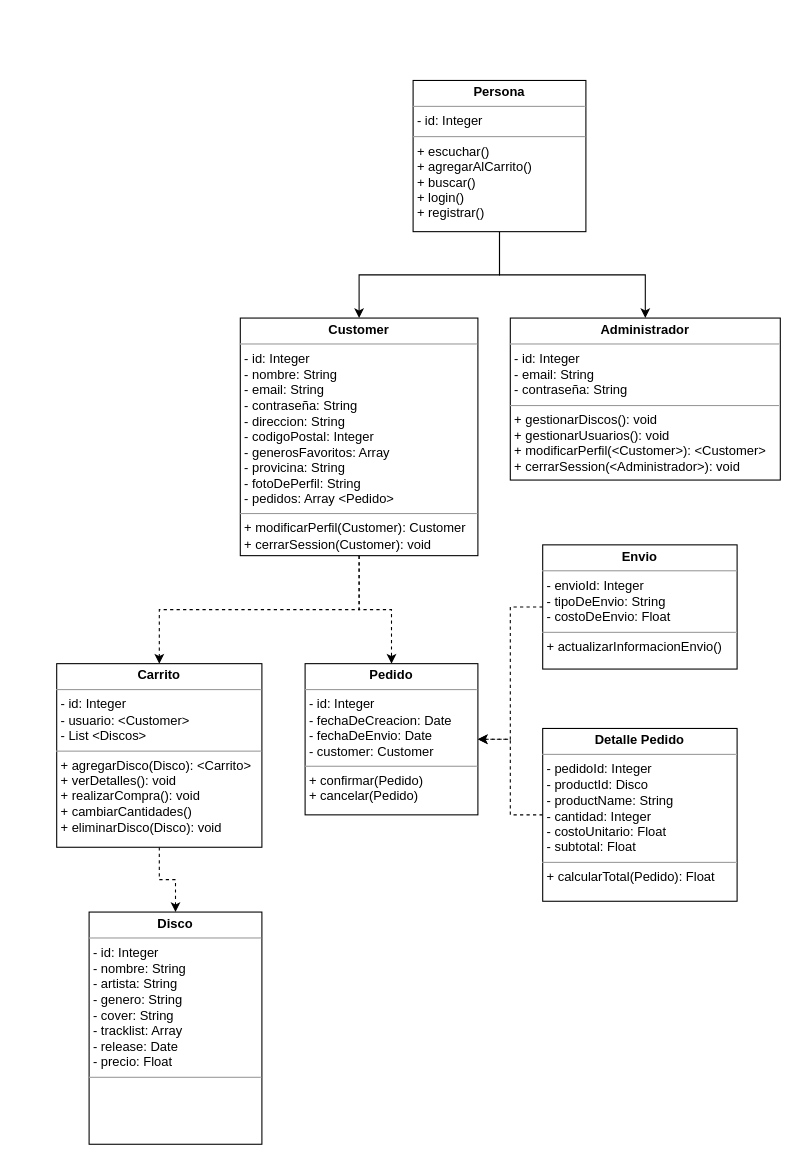
Before: Class UML.drawio in sebastinez/grupo6-e-commerce, a draw.io diagram. Source tidied: cells renumbered, new cells numbered last; positions are measured from the earlier drawing's top-left corner, leaving out a move shared by most shapes. Both pictures are drawn from the tidied source at 108%, with x=0, y=0 at pixel (56, 80).
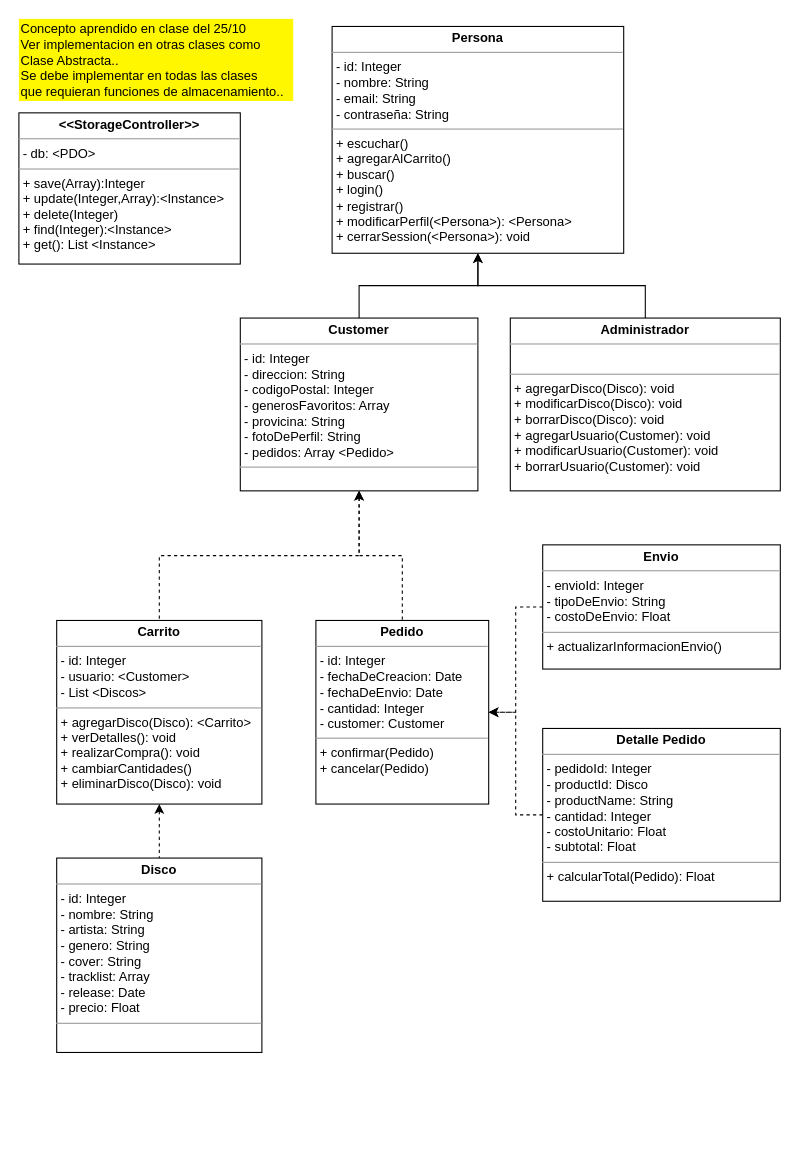
Above is the later version.

Commit message:
(doc) Agrega concepto de clase abstracta de control de storage

Vimos el concepto en la clase del 25 de octubre.. Ver la implementacion..

Diff of the diagram source:
```diff
@@
 <mxGraphModel>
   <root>
     <mxCell id="0" />
     <mxCell id="1" parent="0" />
-    <mxCell id="2" style="edgeStyle=orthogonalEdgeStyle;rounded=0;jettySize=auto;html=1;exitX=0.5;exitY=1;exitDx=0;exitDy=0;entryX=0.5;entryY=0;entryDx=0;entryDy=0;" parent="1" edge="1" source="4" target="7">
+    <mxCell id="2" style="edgeStyle=orthogonalEdgeStyle;rounded=0;jettySize=auto;html=1;exitX=0.5;exitY=1;exitDx=0;exitDy=0;entryX=0.5;entryY=0;entryDx=0;entryDy=0;startArrow=classic;startFill=1;endArrow=none;endFill=0;" parent="1" edge="1" source="4" target="7">
       <mxGeometry relative="1" as="geometry" />
     </mxCell>
-    <mxCell id="3" style="edgeStyle=orthogonalEdgeStyle;rounded=0;jettySize=auto;html=1;exitX=0.5;exitY=1;exitDx=0;exitDy=0;entryX=0.5;entryY=0;entryDx=0;entryDy=0;" parent="1" edge="1" source="4" target="8">
+    <mxCell id="3" style="edgeStyle=orthogonalEdgeStyle;rounded=0;jettySize=auto;html=1;exitX=0.5;exitY=1;exitDx=0;exitDy=0;entryX=0.5;entryY=0;entryDx=0;entryDy=0;startArrow=classic;startFill=1;endArrow=none;endFill=0;" parent="1" edge="1" source="4" target="8">
       <mxGeometry relative="1" as="geometry" />
     </mxCell>
-    <mxCell id="4" value="&lt;p style=&quot;margin: 0px ; margin-top: 4px ; text-align: center&quot;&gt;&lt;b&gt;Persona&lt;/b&gt;&lt;/p&gt;&lt;hr size=&quot;1&quot;&gt;&lt;p style=&quot;margin: 0px ; margin-left: 4px&quot;&gt;- id: Integer&lt;/p&gt;&lt;hr size=&quot;1&quot;&gt;&lt;p style=&quot;margin: 0px ; margin-left: 4px&quot;&gt;+ escuchar()&lt;/p&gt;&lt;p style=&quot;margin: 0px ; margin-left: 4px&quot;&gt;+ agregarAlCarrito()&lt;br&gt;&lt;/p&gt;&lt;p style=&quot;margin: 0px ; margin-left: 4px&quot;&gt;+ buscar()&lt;/p&gt;&lt;p style=&quot;margin: 0px ; margin-left: 4px&quot;&gt;+ login()&lt;/p&gt;&lt;p style=&quot;margin: 0px ; margin-left: 4px&quot;&gt;+ registrar()&lt;/p&gt;" style="verticalAlign=top;align=left;overflow=fill;fontSize=12;fontFamily=Helvetica;html=1;" parent="1" vertex="1">
-      <mxGeometry x="330" width="160" height="140" as="geometry" />
+    <mxCell id="4" value="&lt;p style=&quot;margin: 0px ; margin-top: 4px ; text-align: center&quot;&gt;&lt;b&gt;Persona&lt;/b&gt;&lt;/p&gt;&lt;hr size=&quot;1&quot;&gt;&lt;p style=&quot;margin: 0px ; margin-left: 4px&quot;&gt;- id: Integer&lt;/p&gt;&lt;p style=&quot;margin: 0px ; margin-left: 4px&quot;&gt;- nombre: String&lt;/p&gt;&lt;p style=&quot;margin: 0px ; margin-left: 4px&quot;&gt;- email: String&lt;/p&gt;&lt;p style=&quot;margin: 0px ; margin-left: 4px&quot;&gt;- contraseña: String&lt;/p&gt;&lt;hr size=&quot;1&quot;&gt;&lt;p style=&quot;margin: 0px ; margin-left: 4px&quot;&gt;+ escuchar()&lt;/p&gt;&lt;p style=&quot;margin: 0px ; margin-left: 4px&quot;&gt;+ agregarAlCarrito()&lt;br&gt;&lt;/p&gt;&lt;p style=&quot;margin: 0px ; margin-left: 4px&quot;&gt;+ buscar()&lt;/p&gt;&lt;p style=&quot;margin: 0px ; margin-left: 4px&quot;&gt;+ login()&lt;/p&gt;&lt;p style=&quot;margin: 0px ; margin-left: 4px&quot;&gt;+ registrar()&lt;/p&gt;&lt;p style=&quot;margin: 0px ; margin-left: 4px&quot;&gt;&lt;span&gt;+ modificarPerfil(&amp;lt;Persona&amp;gt;): &amp;lt;Persona&amp;gt;&lt;/span&gt;&lt;/p&gt;&lt;p style=&quot;margin: 0px ; margin-left: 4px&quot;&gt;&lt;span&gt;+ cerrarSession(&amp;lt;Persona&amp;gt;): void&lt;/span&gt;&lt;/p&gt;" style="verticalAlign=top;align=left;overflow=fill;fontSize=12;fontFamily=Helvetica;html=1;" parent="1" vertex="1">
+      <mxGeometry x="255" y="-50" width="270" height="210" as="geometry" />
     </mxCell>
-    <mxCell id="5" style="edgeStyle=orthogonalEdgeStyle;rounded=0;jettySize=auto;html=1;exitX=0.5;exitY=1;exitDx=0;exitDy=0;entryX=0.5;entryY=0;entryDx=0;entryDy=0;dashed=1;" parent="1" edge="1" source="7" target="12">
+    <mxCell id="5" style="edgeStyle=orthogonalEdgeStyle;rounded=0;jettySize=auto;html=1;exitX=0.5;exitY=1;exitDx=0;exitDy=0;entryX=0.5;entryY=0;entryDx=0;entryDy=0;dashed=1;startArrow=classic;startFill=1;endArrow=none;endFill=0;" parent="1" edge="1" source="7" target="12">
       <mxGeometry relative="1" as="geometry" />
     </mxCell>
-    <mxCell id="6" style="edgeStyle=orthogonalEdgeStyle;rounded=0;jettySize=auto;html=1;exitX=0.5;exitY=1;exitDx=0;exitDy=0;entryX=0.5;entryY=0;entryDx=0;entryDy=0;dashed=1;" parent="1" edge="1" source="7" target="11">
+    <mxCell id="6" style="edgeStyle=orthogonalEdgeStyle;rounded=0;jettySize=auto;html=1;exitX=0.5;exitY=1;exitDx=0;exitDy=0;entryX=0.5;entryY=0;entryDx=0;entryDy=0;dashed=1;startArrow=classic;startFill=1;endArrow=none;endFill=0;" parent="1" edge="1" source="7" target="11">
       <mxGeometry relative="1" as="geometry" />
     </mxCell>
-    <mxCell id="7" value="&lt;p style=&quot;margin: 0px ; margin-top: 4px ; text-align: center&quot;&gt;&lt;b&gt;Customer&lt;/b&gt;&lt;/p&gt;&lt;hr size=&quot;1&quot;&gt;&lt;p style=&quot;margin: 0px ; margin-left: 4px&quot;&gt;- id: Integer&lt;/p&gt;&lt;p style=&quot;margin: 0px ; margin-left: 4px&quot;&gt;- nombre: String&lt;/p&gt;&lt;p style=&quot;margin: 0px ; margin-left: 4px&quot;&gt;- email: String&lt;/p&gt;&lt;p style=&quot;margin: 0px ; margin-left: 4px&quot;&gt;- contraseña: String&lt;/p&gt;&lt;p style=&quot;margin: 0px ; margin-left: 4px&quot;&gt;- direccion: String&lt;/p&gt;&lt;p style=&quot;margin: 0px ; margin-left: 4px&quot;&gt;- codigoPostal: Integer&lt;/p&gt;&lt;p style=&quot;margin: 0px ; margin-left: 4px&quot;&gt;- generosFavoritos: Array&lt;/p&gt;&lt;p style=&quot;margin: 0px ; margin-left: 4px&quot;&gt;- provicina: String&lt;/p&gt;&lt;p style=&quot;margin: 0px ; margin-left: 4px&quot;&gt;- fotoDePerfil: String&lt;/p&gt;&lt;p style=&quot;margin: 0px ; margin-left: 4px&quot;&gt;- pedidos: Array &amp;lt;Pedido&amp;gt;&lt;/p&gt;&lt;hr size=&quot;1&quot;&gt;&lt;p style=&quot;margin: 0px ; margin-left: 4px&quot;&gt;&lt;span&gt;+ modificarPerfil(Customer): Customer&lt;/span&gt;&lt;br&gt;&lt;/p&gt;&lt;p style=&quot;margin: 0px ; margin-left: 4px&quot;&gt;+ cerrarSession(Customer): void&lt;/p&gt;" style="verticalAlign=top;align=left;overflow=fill;fontSize=12;fontFamily=Helvetica;html=1;" parent="1" vertex="1">
-      <mxGeometry x="170" y="220" width="220" height="220" as="geometry" />
+    <mxCell id="7" value="&lt;p style=&quot;margin: 0px ; margin-top: 4px ; text-align: center&quot;&gt;&lt;b&gt;Customer&lt;/b&gt;&lt;/p&gt;&lt;hr size=&quot;1&quot;&gt;&lt;p style=&quot;margin: 0px ; margin-left: 4px&quot;&gt;- id: Integer&lt;/p&gt;&lt;p style=&quot;margin: 0px ; margin-left: 4px&quot;&gt;- direccion: String&lt;/p&gt;&lt;p style=&quot;margin: 0px ; margin-left: 4px&quot;&gt;- codigoPostal: Integer&lt;/p&gt;&lt;p style=&quot;margin: 0px ; margin-left: 4px&quot;&gt;- generosFavoritos: Array&lt;/p&gt;&lt;p style=&quot;margin: 0px ; margin-left: 4px&quot;&gt;- provicina: String&lt;/p&gt;&lt;p style=&quot;margin: 0px ; margin-left: 4px&quot;&gt;- fotoDePerfil: String&lt;/p&gt;&lt;p style=&quot;margin: 0px ; margin-left: 4px&quot;&gt;- pedidos: Array &amp;lt;Pedido&amp;gt;&lt;/p&gt;&lt;hr size=&quot;1&quot;&gt;&lt;p style=&quot;margin: 0px ; margin-left: 4px&quot;&gt;&lt;br&gt;&lt;/p&gt;" style="verticalAlign=top;align=left;overflow=fill;fontSize=12;fontFamily=Helvetica;html=1;" parent="1" vertex="1">
+      <mxGeometry x="170" y="220" width="220" height="160" as="geometry" />
     </mxCell>
-    <mxCell id="8" value="&lt;p style=&quot;margin: 0px ; margin-top: 4px ; text-align: center&quot;&gt;&lt;b&gt;Administrador&lt;/b&gt;&lt;/p&gt;&lt;hr size=&quot;1&quot;&gt;&lt;p style=&quot;margin: 0px ; margin-left: 4px&quot;&gt;- id: Integer&lt;/p&gt;&lt;p style=&quot;margin: 0px ; margin-left: 4px&quot;&gt;- email: String&lt;/p&gt;&lt;p style=&quot;margin: 0px ; margin-left: 4px&quot;&gt;- contraseña: String&lt;/p&gt;&lt;hr size=&quot;1&quot;&gt;&lt;p style=&quot;margin: 0px ; margin-left: 4px&quot;&gt;+ gestionarDiscos(): void&lt;/p&gt;&lt;p style=&quot;margin: 0px ; margin-left: 4px&quot;&gt;+ gestionarUsuarios(): void&lt;/p&gt;&lt;p style=&quot;margin: 0px ; margin-left: 4px&quot;&gt;+ modificarPerfil(&amp;lt;Customer&amp;gt;): &amp;lt;Customer&amp;gt;&lt;/p&gt;&lt;p style=&quot;margin: 0px ; margin-left: 4px&quot;&gt;+ cerrarSession(&amp;lt;Administrador&amp;gt;): void&lt;br&gt;&lt;/p&gt;" style="verticalAlign=top;align=left;overflow=fill;fontSize=12;fontFamily=Helvetica;html=1;" parent="1" vertex="1">
-      <mxGeometry x="420" y="220" width="250" height="150" as="geometry" />
+    <mxCell id="8" value="&lt;p style=&quot;margin: 0px ; margin-top: 4px ; text-align: center&quot;&gt;&lt;b&gt;Administrador&lt;/b&gt;&lt;/p&gt;&lt;hr size=&quot;1&quot;&gt;&lt;p style=&quot;margin: 0px ; margin-left: 4px&quot;&gt;&lt;br&gt;&lt;/p&gt;&lt;hr size=&quot;1&quot;&gt;&lt;p style=&quot;margin: 0px ; margin-left: 4px&quot;&gt;+ agregarDisco(Disco): void&lt;/p&gt;&lt;p style=&quot;margin: 0px ; margin-left: 4px&quot;&gt;+ modificarDisco(Disco): void&lt;/p&gt;&lt;p style=&quot;margin: 0px ; margin-left: 4px&quot;&gt;+ borrarDisco(Disco): void&lt;/p&gt;&lt;p style=&quot;margin: 0px ; margin-left: 4px&quot;&gt;+ agregarUsuario(Customer): void&lt;/p&gt;&lt;p style=&quot;margin: 0px ; margin-left: 4px&quot;&gt;+ modificarUsuario(Customer&lt;span&gt;): void&lt;/span&gt;&lt;/p&gt;&lt;p style=&quot;margin: 0px ; margin-left: 4px&quot;&gt;&lt;span&gt;+ borrarUsuario(Customer): void&lt;/span&gt;&lt;/p&gt;" style="verticalAlign=top;align=left;overflow=fill;fontSize=12;fontFamily=Helvetica;html=1;" parent="1" vertex="1">
+      <mxGeometry x="420" y="220" width="250" height="160" as="geometry" />
     </mxCell>
     <mxCell id="9" value="&lt;p style=&quot;margin: 0px ; margin-top: 4px ; text-align: center&quot;&gt;&lt;b&gt;Disco&lt;/b&gt;&lt;/p&gt;&lt;hr size=&quot;1&quot;&gt;&lt;p style=&quot;margin: 0px ; margin-left: 4px&quot;&gt;- id: Integer&lt;/p&gt;&lt;p style=&quot;margin: 0px ; margin-left: 4px&quot;&gt;- nombre: String&lt;/p&gt;&lt;p style=&quot;margin: 0px ; margin-left: 4px&quot;&gt;- artista: String&lt;/p&gt;&lt;p style=&quot;margin: 0px ; margin-left: 4px&quot;&gt;- genero: String&lt;/p&gt;&lt;p style=&quot;margin: 0px ; margin-left: 4px&quot;&gt;- cover: String&lt;/p&gt;&lt;p style=&quot;margin: 0px ; margin-left: 4px&quot;&gt;- tracklist: Array&lt;/p&gt;&lt;p style=&quot;margin: 0px ; margin-left: 4px&quot;&gt;- release: Date&lt;/p&gt;&lt;p style=&quot;margin: 0px ; margin-left: 4px&quot;&gt;- precio: Float&lt;/p&gt;&lt;hr size=&quot;1&quot;&gt;&lt;p style=&quot;margin: 0px ; margin-left: 4px&quot;&gt;&lt;br&gt;&lt;/p&gt;" style="verticalAlign=top;align=left;overflow=fill;fontSize=12;fontFamily=Helvetica;html=1;" parent="1" vertex="1">
-      <mxGeometry x="30" y="770" width="160" height="215" as="geometry" />
+      <mxGeometry y="720" width="190" height="180" as="geometry" />
     </mxCell>
-    <mxCell id="10" style="edgeStyle=orthogonalEdgeStyle;rounded=0;jettySize=auto;html=1;exitX=0.5;exitY=1;exitDx=0;exitDy=0;entryX=0.5;entryY=0;entryDx=0;entryDy=0;dashed=1;" parent="1" edge="1" source="11" target="9">
+    <mxCell id="10" style="edgeStyle=orthogonalEdgeStyle;rounded=0;jettySize=auto;html=1;exitX=0.5;exitY=1;exitDx=0;exitDy=0;entryX=0.5;entryY=0;entryDx=0;entryDy=0;dashed=1;startArrow=classic;startFill=1;endArrow=none;endFill=0;" parent="1" edge="1" source="11" target="9">
       <mxGeometry relative="1" as="geometry" />
     </mxCell>
     <mxCell id="11" value="&lt;p style=&quot;margin: 0px ; margin-top: 4px ; text-align: center&quot;&gt;&lt;b&gt;Carrito&lt;/b&gt;&lt;/p&gt;&lt;hr size=&quot;1&quot;&gt;&lt;p style=&quot;margin: 0px ; margin-left: 4px&quot;&gt;- id: Integer&lt;/p&gt;&lt;p style=&quot;margin: 0px ; margin-left: 4px&quot;&gt;- usuario: &amp;lt;Customer&amp;gt;&lt;/p&gt;&lt;p style=&quot;margin: 0px ; margin-left: 4px&quot;&gt;- List &amp;lt;Discos&amp;gt;&lt;/p&gt;&lt;hr size=&quot;1&quot;&gt;&lt;p style=&quot;margin: 0px ; margin-left: 4px&quot;&gt;+ agregarDisco(Disco): &amp;lt;Carrito&amp;gt;&lt;/p&gt;&lt;p style=&quot;margin: 0px ; margin-left: 4px&quot;&gt;+ verDetalles(): void&lt;/p&gt;&lt;p style=&quot;margin: 0px ; margin-left: 4px&quot;&gt;+ realizarCompra(): void&lt;/p&gt;&lt;p style=&quot;margin: 0px ; margin-left: 4px&quot;&gt;+ cambiarCantidades()&lt;/p&gt;&lt;p style=&quot;margin: 0px ; margin-left: 4px&quot;&gt;+ eliminarDisco(Disco): void&lt;/p&gt;" style="verticalAlign=top;align=left;overflow=fill;fontSize=12;fontFamily=Helvetica;html=1;" parent="1" vertex="1">
-      <mxGeometry y="540" width="190" height="170" as="geometry" />
+      <mxGeometry y="500" width="190" height="170" as="geometry" />
     </mxCell>
-    <mxCell id="12" value="&lt;p style=&quot;margin: 0px ; margin-top: 4px ; text-align: center&quot;&gt;&lt;b&gt;Pedido&lt;/b&gt;&lt;/p&gt;&lt;hr size=&quot;1&quot;&gt;&lt;p style=&quot;margin: 0px ; margin-left: 4px&quot;&gt;- id: Integer&lt;/p&gt;&lt;p style=&quot;margin: 0px ; margin-left: 4px&quot;&gt;- fechaDeCreacion: Date&lt;/p&gt;&lt;p style=&quot;margin: 0px ; margin-left: 4px&quot;&gt;- fechaDeEnvio: Date&lt;/p&gt;&lt;p style=&quot;margin: 0px ; margin-left: 4px&quot;&gt;- customer: Customer&lt;/p&gt;&lt;hr size=&quot;1&quot;&gt;&lt;p style=&quot;margin: 0px ; margin-left: 4px&quot;&gt;+ confirmar(Pedido)&lt;/p&gt;&lt;p style=&quot;margin: 0px ; margin-left: 4px&quot;&gt;+ cancelar(Pedido)&lt;/p&gt;" style="verticalAlign=top;align=left;overflow=fill;fontSize=12;fontFamily=Helvetica;html=1;" parent="1" vertex="1">
-      <mxGeometry x="230" y="540" width="160" height="140" as="geometry" />
+    <mxCell id="12" value="&lt;p style=&quot;margin: 0px ; margin-top: 4px ; text-align: center&quot;&gt;&lt;b&gt;Pedido&lt;/b&gt;&lt;/p&gt;&lt;hr size=&quot;1&quot;&gt;&lt;p style=&quot;margin: 0px ; margin-left: 4px&quot;&gt;- id: Integer&lt;/p&gt;&lt;p style=&quot;margin: 0px ; margin-left: 4px&quot;&gt;- fechaDeCreacion: Date&lt;/p&gt;&lt;p style=&quot;margin: 0px ; margin-left: 4px&quot;&gt;- fechaDeEnvio: Date&lt;/p&gt;&lt;p style=&quot;margin: 0px ; margin-left: 4px&quot;&gt;- cantidad: Integer&lt;/p&gt;&lt;p style=&quot;margin: 0px ; margin-left: 4px&quot;&gt;&lt;span&gt;- customer: Customer&lt;/span&gt;&lt;/p&gt;&lt;hr size=&quot;1&quot;&gt;&lt;p style=&quot;margin: 0px ; margin-left: 4px&quot;&gt;+ confirmar(Pedido)&lt;/p&gt;&lt;p style=&quot;margin: 0px ; margin-left: 4px&quot;&gt;+ cancelar(Pedido)&lt;/p&gt;" style="verticalAlign=top;align=left;overflow=fill;fontSize=12;fontFamily=Helvetica;html=1;" parent="1" vertex="1">
+      <mxGeometry x="240" y="500" width="160" height="170" as="geometry" />
     </mxCell>
     <mxCell id="13" style="edgeStyle=orthogonalEdgeStyle;rounded=0;jettySize=auto;html=1;exitX=0;exitY=0.5;exitDx=0;exitDy=0;entryX=1;entryY=0.5;entryDx=0;entryDy=0;dashed=1;" parent="1" edge="1" source="14" target="12">
       <mxGeometry relative="1" as="geometry" />
     </mxCell>
     <mxCell id="14" value="&lt;p style=&quot;margin: 0px ; margin-top: 4px ; text-align: center&quot;&gt;&lt;b&gt;Detalle Pedido&lt;/b&gt;&lt;/p&gt;&lt;hr size=&quot;1&quot;&gt;&lt;p style=&quot;margin: 0px ; margin-left: 4px&quot;&gt;- pedidoId: Integer&lt;/p&gt;&lt;p style=&quot;margin: 0px ; margin-left: 4px&quot;&gt;- productId: Disco&lt;/p&gt;&lt;p style=&quot;margin: 0px ; margin-left: 4px&quot;&gt;- productName: String&lt;/p&gt;&lt;p style=&quot;margin: 0px ; margin-left: 4px&quot;&gt;- cantidad: Integer&lt;/p&gt;&lt;p style=&quot;margin: 0px ; margin-left: 4px&quot;&gt;- costoUnitario: Float&lt;/p&gt;&lt;p style=&quot;margin: 0px ; margin-left: 4px&quot;&gt;- subtotal: Float&lt;/p&gt;&lt;hr size=&quot;1&quot;&gt;&lt;p style=&quot;margin: 0px ; margin-left: 4px&quot;&gt;+ calcularTotal(Pedido): Float&lt;/p&gt;" style="verticalAlign=top;align=left;overflow=fill;fontSize=12;fontFamily=Helvetica;html=1;" parent="1" vertex="1">
-      <mxGeometry x="450" y="600" width="180" height="160" as="geometry" />
+      <mxGeometry x="450" y="600" width="220" height="160" as="geometry" />
     </mxCell>
     <mxCell id="15" style="edgeStyle=orthogonalEdgeStyle;rounded=0;jettySize=auto;html=1;exitX=0;exitY=0.5;exitDx=0;exitDy=0;entryX=1;entryY=0.5;entryDx=0;entryDy=0;dashed=1;" parent="1" edge="1" source="16" target="12">
       <mxGeometry relative="1" as="geometry" />
     </mxCell>
     <mxCell id="16" value="&lt;p style=&quot;margin: 0px ; margin-top: 4px ; text-align: center&quot;&gt;&lt;b&gt;Envio&lt;/b&gt;&lt;/p&gt;&lt;hr size=&quot;1&quot;&gt;&lt;p style=&quot;margin: 0px ; margin-left: 4px&quot;&gt;- envioId: Integer&lt;/p&gt;&lt;p style=&quot;margin: 0px ; margin-left: 4px&quot;&gt;- tipoDeEnvio: String&lt;/p&gt;&lt;p style=&quot;margin: 0px ; margin-left: 4px&quot;&gt;- costoDeEnvio: Float&lt;/p&gt;&lt;hr size=&quot;1&quot;&gt;&lt;p style=&quot;margin: 0px ; margin-left: 4px&quot;&gt;+ actualizarInformacionEnvio()&lt;/p&gt;" style="verticalAlign=top;align=left;overflow=fill;fontSize=12;fontFamily=Helvetica;html=1;" parent="1" vertex="1">
-      <mxGeometry x="450" y="430" width="180" height="115" as="geometry" />
+      <mxGeometry x="450" y="430" width="220" height="115" as="geometry" />
     </mxCell>
+    <mxCell id="17" value="&lt;p style=&quot;margin: 0px ; margin-top: 4px ; text-align: center&quot;&gt;&lt;b&gt;&amp;lt;&amp;lt;StorageController&amp;gt;&amp;gt;&lt;/b&gt;&lt;/p&gt;&lt;hr size=&quot;1&quot;&gt;&lt;p style=&quot;margin: 0px ; margin-left: 4px&quot;&gt;- db: &amp;lt;PDO&amp;gt;&lt;/p&gt;&lt;hr size=&quot;1&quot;&gt;&lt;p style=&quot;margin: 0px ; margin-left: 4px&quot;&gt;+ save(Array):Integer&lt;/p&gt;&lt;p style=&quot;margin: 0px ; margin-left: 4px&quot;&gt;+ update(Integer,Array):&amp;lt;Instance&amp;gt;&lt;/p&gt;&lt;p style=&quot;margin: 0px ; margin-left: 4px&quot;&gt;&lt;span&gt;+ delete(Integer)&lt;/span&gt;&lt;/p&gt;&lt;p style=&quot;margin: 0px ; margin-left: 4px&quot;&gt;&lt;span&gt;+ find(Integer):&amp;lt;Instance&amp;gt;&lt;/span&gt;&lt;/p&gt;&lt;p style=&quot;margin: 0px ; margin-left: 4px&quot;&gt;&lt;span&gt;+ get(): List &amp;lt;Instance&amp;gt;&lt;/span&gt;&lt;/p&gt;" style="verticalAlign=top;align=left;overflow=fill;fontSize=12;fontFamily=Helvetica;html=1;" parent="1" vertex="1">
+      <mxGeometry x="-35" y="30" width="205" height="140" as="geometry" />
+    </mxCell>
+    <mxCell id="18" value="Concepto aprendido en clase del 25/10&lt;br&gt;Ver implementacion en otras clases como&lt;br&gt;Clase Abstracta..&lt;br&gt;Se debe implementar en todas las clases&lt;br&gt;que requieran funciones de almacenamiento..&lt;br&gt;" style="text;align=left;verticalAlign=top;spacingTop=-4;shadow=0;fillColor=#FFF700;strokeColor=none;html=1;" parent="1" vertex="1">
+      <mxGeometry x="-35" y="-57" width="254" height="76" as="geometry" />
+    </mxCell>
   </root>
 </mxGraphModel>
```
